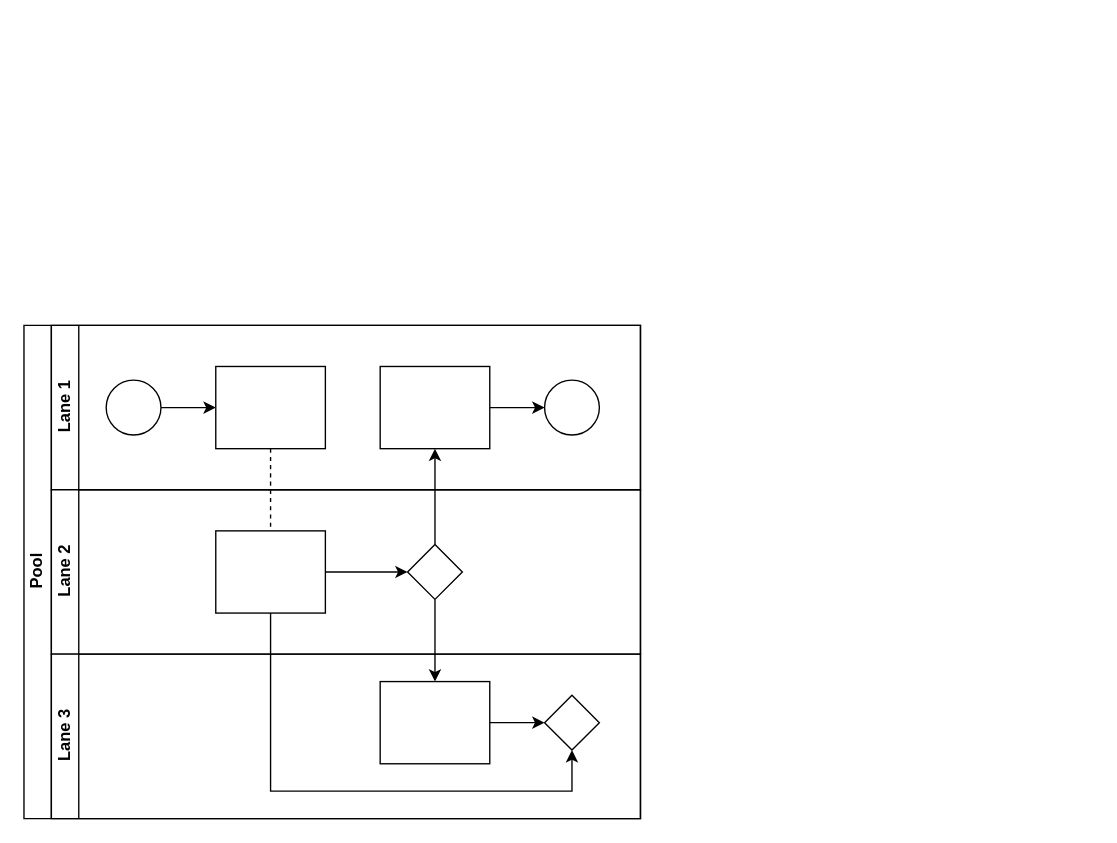
The draw.io diagram Диаграмма без названия.drawio in SergeiF-Kolomna/diagrams, before the edit. Source tidied: cells renumbered, new cells numbered last; positions are measured from the earlier drawing's top-left corner, leaving out a move shared by most shapes. Both pictures are drawn from the tidied source at 137%, with x=0, y=0 at pixel (23, 325).
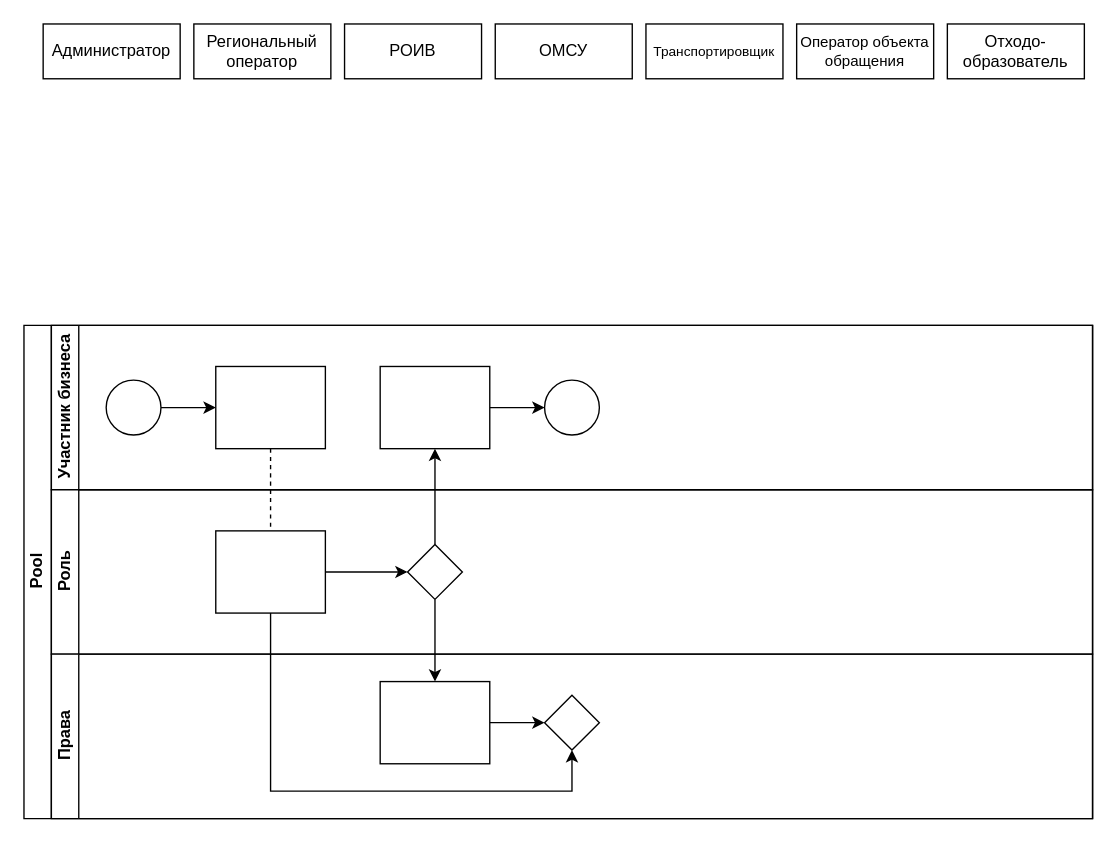
Above is the later version.

Commit message:
обновление Права

Change to the diagram source:
```diff
@@
     <mxCell id="2" value="Pool" style="swimlane;html=1;horizontal=0;startSize=20;" parent="1" vertex="1">
-      <mxGeometry width="450" height="360" as="geometry" />
+      <mxGeometry width="780" height="360" as="geometry" />
     </mxCell>
@@
-    <mxCell id="7" value="Lane 1" style="swimlane;html=1;startSize=20;horizontal=0;" parent="2" vertex="1">
-      <mxGeometry x="20" width="430" height="120" as="geometry" />
+    <mxCell id="7" value="Участник бизнеса" style="swimlane;html=1;startSize=20;horizontal=0;" parent="2" vertex="1">
+      <mxGeometry x="20" width="760" height="120" as="geometry" />
     </mxCell>
@@
-    <mxCell id="14" value="Lane 2" style="swimlane;html=1;startSize=20;horizontal=0;" parent="2" vertex="1">
-      <mxGeometry x="20" y="120" width="430" height="120" as="geometry" />
+    <mxCell id="14" value="Роль" style="swimlane;html=1;startSize=20;horizontal=0;" parent="2" vertex="1">
+      <mxGeometry x="20" y="120" width="760" height="120" as="geometry" />
     </mxCell>
@@
-    <mxCell id="18" value="Lane 3" style="swimlane;html=1;startSize=20;horizontal=0;" parent="2" vertex="1">
-      <mxGeometry x="20" y="240" width="430" height="120" as="geometry" />
+    <mxCell id="18" value="Права" style="swimlane;html=1;startSize=20;horizontal=0;" parent="2" vertex="1">
+      <mxGeometry x="20" y="240" width="760" height="120" as="geometry" />
     </mxCell>
@@
+    <mxCell id="22" value="Администратор" style="rounded=0;whiteSpace=wrap;html=1;" parent="1" vertex="1">
+      <mxGeometry x="14" y="-220" width="100" height="40" as="geometry" />
+    </mxCell>
+    <mxCell id="23" value="Региональный оператор" style="rounded=0;whiteSpace=wrap;html=1;" parent="1" vertex="1">
+      <mxGeometry x="124" y="-220" width="100" height="40" as="geometry" />
+    </mxCell>
+    <mxCell id="24" value="РОИВ" style="rounded=0;whiteSpace=wrap;html=1;" parent="1" vertex="1">
+      <mxGeometry x="234" y="-220" width="100" height="40" as="geometry" />
+    </mxCell>
+    <mxCell id="25" value="Транспортировщик" style="rounded=0;whiteSpace=wrap;html=1;fontSize=10;" parent="1" vertex="1">
+      <mxGeometry x="454" y="-220" width="100" height="40" as="geometry" />
+    </mxCell>
+    <mxCell id="26" value="Оператор объекта обращения" style="rounded=0;whiteSpace=wrap;html=1;fontSize=11;" parent="1" vertex="1">
+      <mxGeometry x="564" y="-220" width="100" height="40" as="geometry" />
+    </mxCell>
+    <mxCell id="27" value="Отходо-&lt;div style=&quot;font-size: 12px;&quot;&gt;образователь&lt;/div&gt;" style="rounded=0;whiteSpace=wrap;html=1;fontSize=12;" parent="1" vertex="1">
+      <mxGeometry x="674" y="-220" width="100" height="40" as="geometry" />
+    </mxCell>
+    <mxCell id="28" value="ОМСУ" style="rounded=0;whiteSpace=wrap;html=1;fontSize=12;" parent="1" vertex="1">
+      <mxGeometry x="344" y="-220" width="100" height="40" as="geometry" />
+    </mxCell>
```
